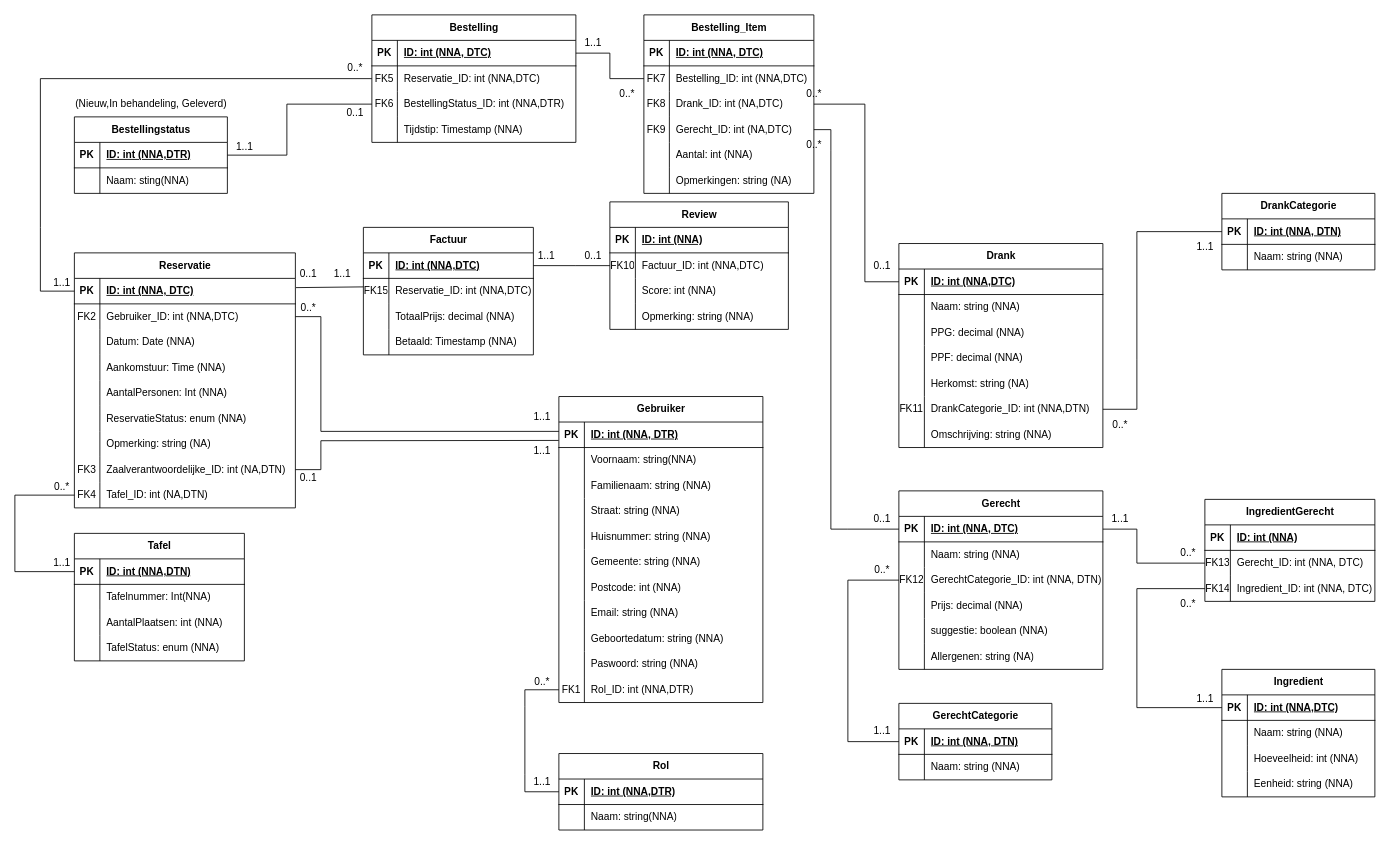
This is ERD.drawio from jensvp/uml, a draw.io file, before an edit. Source tidied: cells renumbered, new cells numbered last; positions are measured from the earlier drawing's top-left corner, leaving out a move shared by most shapes. Both pictures are drawn from the tidied source at 85%, with x=0, y=0 at pixel (14, 14).
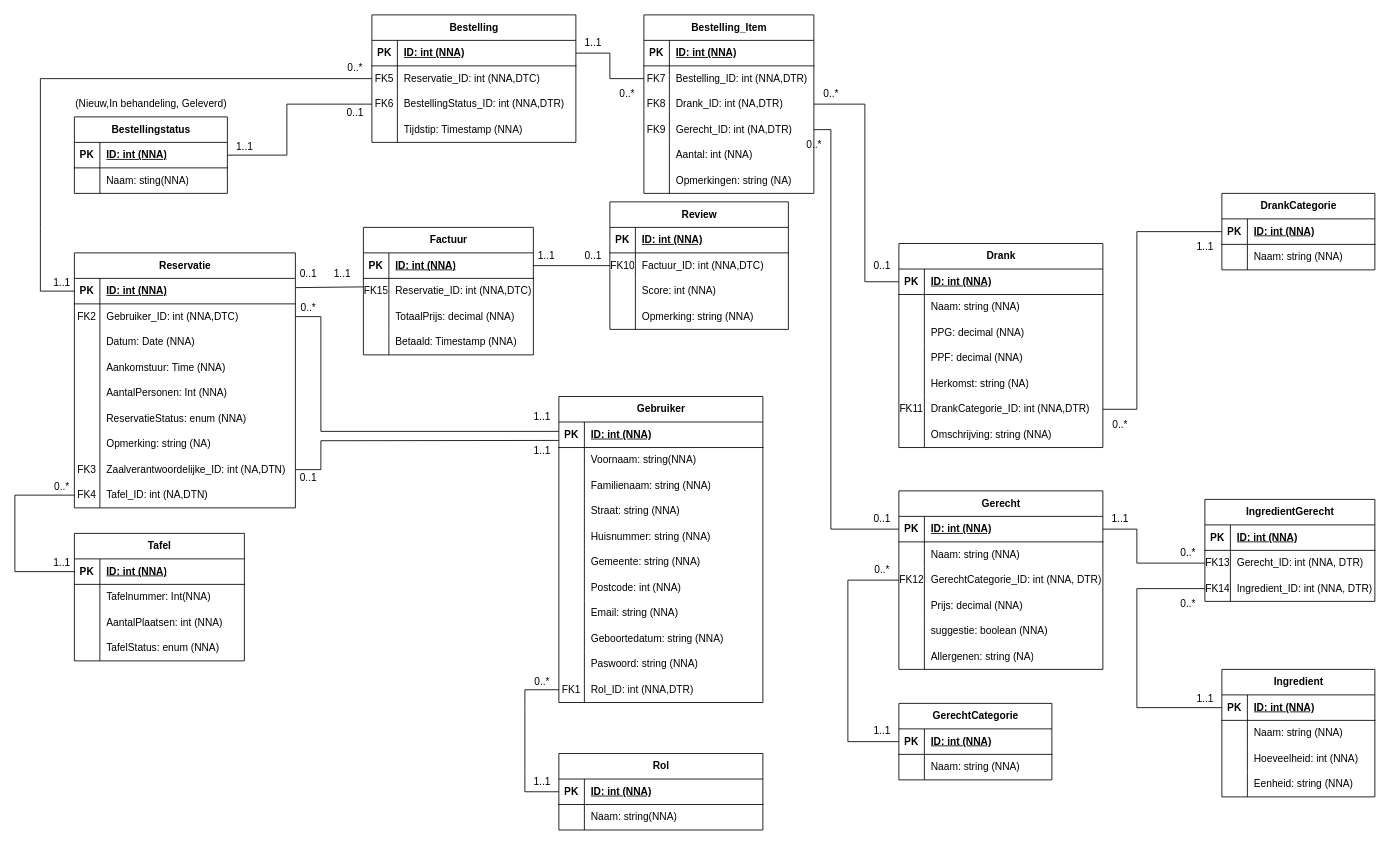
After the change.

Commit message (it also covers changes not shown here):
aanpassing erd + in document ingegeven

The change refers to these unchanged cells:
```xml
<mxCell id="3" style="shape=tableRow;horizontal=0;startSize=0;swimlaneHead=0;swimlaneBody=0;fillColor=none;points=[[0,0.5],[1,0.5]];portConstraint=eastwest;top=0;left=0;right=0;bottom=1;" parent="2" vertex="1">
  <mxGeometry y="30" width="240" height="30" as="geometry" />
</mxCell>
<mxCell id="37" style="shape=tableRow;horizontal=0;startSize=0;swimlaneHead=0;swimlaneBody=0;fillColor=none;points=[[0,0.5],[1,0.5]];portConstraint=eastwest;top=0;left=0;right=0;bottom=1;" parent="36" vertex="1">
  <mxGeometry y="30" width="240" height="30" as="geometry" />
</mxCell>
<mxCell id="52" style="shape=tableRow;horizontal=0;startSize=0;swimlaneHead=0;swimlaneBody=0;fillColor=none;points=[[0,0.5],[1,0.5]];portConstraint=eastwest;top=0;left=0;right=0;bottom=0;" parent="36" vertex="1">
  <mxGeometry y="180" width="240" height="30" as="geometry" />
</mxCell>
<mxCell id="59" style="shape=tableRow;horizontal=0;startSize=0;swimlaneHead=0;swimlaneBody=0;fillColor=none;points=[[0,0.5],[1,0.5]];portConstraint=eastwest;top=0;left=0;right=0;bottom=1;" parent="58" vertex="1">
  <mxGeometry y="30" width="180" height="30" as="geometry" />
</mxCell>
<mxCell id="66" style="shape=tableRow;horizontal=0;startSize=0;swimlaneHead=0;swimlaneBody=0;fillColor=none;points=[[0,0.5],[1,0.5]];portConstraint=eastwest;top=0;left=0;right=0;bottom=1;" parent="65" vertex="1">
  <mxGeometry y="30" width="240" height="30" as="geometry" />
</mxCell>
<mxCell id="72" style="shape=tableRow;horizontal=0;startSize=0;swimlaneHead=0;swimlaneBody=0;fillColor=none;points=[[0,0.5],[1,0.5]];portConstraint=eastwest;top=0;left=0;right=0;bottom=0;" parent="65" vertex="1">
  <mxGeometry y="90" width="240" height="30" as="geometry" />
</mxCell>
<mxCell id="85" style="shape=tableRow;horizontal=0;startSize=0;swimlaneHead=0;swimlaneBody=0;fillColor=none;points=[[0,0.5],[1,0.5]];portConstraint=eastwest;top=0;left=0;right=0;bottom=1;" parent="84" vertex="1">
  <mxGeometry y="30" width="180" height="30" as="geometry" />
</mxCell>
<mxCell id="95" style="shape=tableRow;horizontal=0;startSize=0;swimlaneHead=0;swimlaneBody=0;fillColor=none;points=[[0,0.5],[1,0.5]];portConstraint=eastwest;top=0;left=0;right=0;bottom=0;" parent="91" vertex="1">
  <mxGeometry y="60" width="200" height="30" as="geometry" />
</mxCell>
<mxCell id="98" style="shape=tableRow;horizontal=0;startSize=0;swimlaneHead=0;swimlaneBody=0;fillColor=none;points=[[0,0.5],[1,0.5]];portConstraint=eastwest;top=0;left=0;right=0;bottom=0;" parent="91" vertex="1">
  <mxGeometry y="90" width="200" height="30" as="geometry" />
</mxCell>
<mxCell id="102" style="shape=tableRow;horizontal=0;startSize=0;swimlaneHead=0;swimlaneBody=0;fillColor=none;points=[[0,0.5],[1,0.5]];portConstraint=eastwest;top=0;left=0;right=0;bottom=1;" parent="101" vertex="1">
  <mxGeometry y="30" width="180" height="30" as="geometry" />
</mxCell>
<mxCell id="115" style="shape=tableRow;horizontal=0;startSize=0;swimlaneHead=0;swimlaneBody=0;fillColor=none;points=[[0,0.5],[1,0.5]];portConstraint=eastwest;top=0;left=0;right=0;bottom=1;" parent="114" vertex="1">
  <mxGeometry y="30" width="240" height="30" as="geometry" />
</mxCell>
<mxCell id="124" style="shape=tableRow;horizontal=0;startSize=0;swimlaneHead=0;swimlaneBody=0;fillColor=none;points=[[0,0.5],[1,0.5]];portConstraint=eastwest;top=0;left=0;right=0;bottom=1;" parent="123" vertex="1">
  <mxGeometry y="30" width="260" height="30" as="geometry" />
</mxCell>
<mxCell id="152" style="shape=tableRow;horizontal=0;startSize=0;swimlaneHead=0;swimlaneBody=0;fillColor=none;points=[[0,0.5],[1,0.5]];portConstraint=eastwest;top=0;left=0;right=0;bottom=1;" parent="151" vertex="1">
  <mxGeometry y="30" width="200" height="30" as="geometry" />
</mxCell>
<mxCell id="166" style="shape=tableRow;horizontal=0;startSize=0;swimlaneHead=0;swimlaneBody=0;fillColor=none;points=[[0,0.5],[1,0.5]];portConstraint=eastwest;top=0;left=0;right=0;bottom=1;" parent="165" vertex="1">
  <mxGeometry y="30" width="240" height="30" as="geometry" />
</mxCell>
<mxCell id="179" style="shape=tableRow;horizontal=0;startSize=0;swimlaneHead=0;swimlaneBody=0;fillColor=none;points=[[0,0.5],[1,0.5]];portConstraint=eastwest;top=0;left=0;right=0;bottom=1;" parent="178" vertex="1">
  <mxGeometry y="30" width="180" height="30" as="geometry" />
</mxCell>
<mxCell id="186" style="shape=tableRow;horizontal=0;startSize=0;swimlaneHead=0;swimlaneBody=0;fillColor=none;top=0;left=0;right=0;bottom=1;" parent="185" vertex="1">
  <mxGeometry y="30" width="200" height="30" as="geometry" />
</mxCell>
<mxCell id="189" style="shape=tableRow;horizontal=0;startSize=0;swimlaneHead=0;swimlaneBody=0;fillColor=none;points=[[0,0.5],[1,0.5]];portConstraint=eastwest;top=0;left=0;right=0;bottom=0;" parent="185" vertex="1">
  <mxGeometry y="60" width="200" height="30" as="geometry" />
</mxCell>
<mxCell id="192" style="shape=tableRow;horizontal=0;startSize=0;swimlaneHead=0;swimlaneBody=0;fillColor=none;points=[[0,0.5],[1,0.5]];portConstraint=eastwest;top=0;left=0;right=0;bottom=0;" parent="185" vertex="1">
  <mxGeometry y="90" width="200" height="30" as="geometry" />
</mxCell>
<mxCell id="195" style="shape=tableRow;horizontal=0;startSize=0;swimlaneHead=0;swimlaneBody=0;fillColor=none;points=[[0,0.5],[1,0.5]];portConstraint=eastwest;top=0;left=0;right=0;bottom=0;" parent="185" vertex="1">
  <mxGeometry y="120" width="200" height="30" as="geometry" />
</mxCell>
<mxCell id="208" style="shape=tableRow;horizontal=0;startSize=0;swimlaneHead=0;swimlaneBody=0;fillColor=none;points=[[0,0.5],[1,0.5]];portConstraint=eastwest;top=0;left=0;right=0;bottom=1;" parent="207" vertex="1">
  <mxGeometry y="30" width="200" height="30" as="geometry" />
</mxCell>
```

Change to the diagram source:
```diff
@@
-    <mxCell id="5" value="ID: int (NNA, DTR)" style="shape=partialRectangle;fillColor=none;top=0;left=0;bottom=0;right=0;align=left;spacingLeft=6;fontStyle=5;overflow=hidden;whiteSpace=wrap;html=1;" parent="3" vertex="1">
+    <mxCell id="5" value="ID: int (NNA)" style="shape=partialRectangle;fillColor=none;top=0;left=0;bottom=0;right=0;align=left;spacingLeft=6;fontStyle=5;overflow=hidden;whiteSpace=wrap;html=1;" parent="3" vertex="1">
       <mxGeometry x="30" width="210" height="30" as="geometry" />
     </mxCell>
@@
-    <mxCell id="39" value="ID: int (NNA,DTC)" style="shape=partialRectangle;fillColor=none;top=0;left=0;bottom=0;right=0;align=left;spacingLeft=6;fontStyle=5;overflow=hidden;whiteSpace=wrap;html=1;" parent="37" vertex="1">
+    <mxCell id="39" value="ID: int (NNA)" style="shape=partialRectangle;fillColor=none;top=0;left=0;bottom=0;right=0;align=left;spacingLeft=6;fontStyle=5;overflow=hidden;whiteSpace=wrap;html=1;" parent="37" vertex="1">
       <mxGeometry x="30" width="210" height="30" as="geometry" />
     </mxCell>
@@
-    <mxCell id="54" value="DrankCategorie_ID: int (NNA,DTN)" style="shape=partialRectangle;fillColor=none;top=0;left=0;bottom=0;right=0;align=left;spacingLeft=6;overflow=hidden;whiteSpace=wrap;html=1;" parent="52" vertex="1">
+    <mxCell id="54" value="DrankCategorie_ID: int (NNA,DTR)" style="shape=partialRectangle;fillColor=none;top=0;left=0;bottom=0;right=0;align=left;spacingLeft=6;overflow=hidden;whiteSpace=wrap;html=1;" parent="52" vertex="1">
       <mxGeometry x="30" width="210" height="30" as="geometry" />
     </mxCell>
@@
-    <mxCell id="61" value="ID: int (NNA, DTN)" style="shape=partialRectangle;fillColor=none;top=0;left=0;bottom=0;right=0;align=left;spacingLeft=6;fontStyle=5;overflow=hidden;whiteSpace=wrap;html=1;" parent="59" vertex="1">
+    <mxCell id="61" value="ID: int (NNA)" style="shape=partialRectangle;fillColor=none;top=0;left=0;bottom=0;right=0;align=left;spacingLeft=6;fontStyle=5;overflow=hidden;whiteSpace=wrap;html=1;" parent="59" vertex="1">
       <mxGeometry x="30" width="150" height="30" as="geometry" />
     </mxCell>
@@
-    <mxCell id="68" value="ID: int (NNA, DTC)" style="shape=partialRectangle;fillColor=none;top=0;left=0;bottom=0;right=0;align=left;spacingLeft=6;fontStyle=5;overflow=hidden;whiteSpace=wrap;html=1;" parent="66" vertex="1">
+    <mxCell id="68" value="ID: int (NNA)" style="shape=partialRectangle;fillColor=none;top=0;left=0;bottom=0;right=0;align=left;spacingLeft=6;fontStyle=5;overflow=hidden;whiteSpace=wrap;html=1;" parent="66" vertex="1">
       <mxGeometry x="30" width="210" height="30" as="geometry" />
     </mxCell>
@@
-    <mxCell id="74" value="GerechtCategorie_ID: int (NNA, DTN)" style="shape=partialRectangle;fillColor=none;top=0;left=0;bottom=0;right=0;align=left;spacingLeft=6;overflow=hidden;whiteSpace=wrap;html=1;" parent="72" vertex="1">
+    <mxCell id="74" value="GerechtCategorie_ID: int (NNA, DTR)" style="shape=partialRectangle;fillColor=none;top=0;left=0;bottom=0;right=0;align=left;spacingLeft=6;overflow=hidden;whiteSpace=wrap;html=1;" parent="72" vertex="1">
       <mxGeometry x="30" width="210" height="30" as="geometry" />
     </mxCell>
@@
-    <mxCell id="87" value="ID: int (NNA, DTN)" style="shape=partialRectangle;fillColor=none;top=0;left=0;bottom=0;right=0;align=left;spacingLeft=6;fontStyle=5;overflow=hidden;whiteSpace=wrap;html=1;" parent="85" vertex="1">
+    <mxCell id="87" value="ID: int (NNA)" style="shape=partialRectangle;fillColor=none;top=0;left=0;bottom=0;right=0;align=left;spacingLeft=6;fontStyle=5;overflow=hidden;whiteSpace=wrap;html=1;" parent="85" vertex="1">
       <mxGeometry x="30" width="150" height="30" as="geometry" />
     </mxCell>
@@
-    <mxCell id="97" value="Gerecht_ID: int (NNA, DTC)" style="shape=partialRectangle;fillColor=none;top=0;left=0;bottom=0;right=0;align=left;spacingLeft=6;overflow=hidden;whiteSpace=wrap;html=1;" parent="95" vertex="1">
+    <mxCell id="97" value="Gerecht_ID: int (NNA, DTR)" style="shape=partialRectangle;fillColor=none;top=0;left=0;bottom=0;right=0;align=left;spacingLeft=6;overflow=hidden;whiteSpace=wrap;html=1;" parent="95" vertex="1">
       <mxGeometry x="30" width="170" height="30" as="geometry" />
     </mxCell>
@@
-    <mxCell id="100" value="Ingredient_ID: int (NNA, DTC)" style="shape=partialRectangle;fillColor=none;top=0;left=0;bottom=0;right=0;align=left;spacingLeft=6;overflow=hidden;whiteSpace=wrap;html=1;" parent="98" vertex="1">
+    <mxCell id="100" value="Ingredient_ID: int (NNA, DTR)" style="shape=partialRectangle;fillColor=none;top=0;left=0;bottom=0;right=0;align=left;spacingLeft=6;overflow=hidden;whiteSpace=wrap;html=1;" parent="98" vertex="1">
       <mxGeometry x="30" width="170" height="30" as="geometry" />
     </mxCell>
@@
-    <mxCell id="104" value="ID: int (NNA,DTC)" style="shape=partialRectangle;fillColor=none;top=0;left=0;bottom=0;right=0;align=left;spacingLeft=6;fontStyle=5;overflow=hidden;whiteSpace=wrap;html=1;" parent="102" vertex="1">
+    <mxCell id="104" value="ID: int (NNA)" style="shape=partialRectangle;fillColor=none;top=0;left=0;bottom=0;right=0;align=left;spacingLeft=6;fontStyle=5;overflow=hidden;whiteSpace=wrap;html=1;" parent="102" vertex="1">
       <mxGeometry x="30" width="150" height="30" as="geometry" />
     </mxCell>
@@
-    <mxCell id="117" value="ID: int (NNA,DTR)" style="shape=partialRectangle;fillColor=none;top=0;left=0;bottom=0;right=0;align=left;spacingLeft=6;fontStyle=5;overflow=hidden;whiteSpace=wrap;html=1;" parent="115" vertex="1">
+    <mxCell id="117" value="ID: int (NNA)" style="shape=partialRectangle;fillColor=none;top=0;left=0;bottom=0;right=0;align=left;spacingLeft=6;fontStyle=5;overflow=hidden;whiteSpace=wrap;html=1;" parent="115" vertex="1">
       <mxGeometry x="30" width="210" height="30" as="geometry" />
     </mxCell>
@@
-    <mxCell id="126" value="ID: int (NNA, DTC)" style="shape=partialRectangle;fillColor=none;top=0;left=0;bottom=0;right=0;align=left;spacingLeft=6;fontStyle=5;overflow=hidden;whiteSpace=wrap;html=1;" parent="124" vertex="1">
+    <mxCell id="126" value="ID: int (NNA)" style="shape=partialRectangle;fillColor=none;top=0;left=0;bottom=0;right=0;align=left;spacingLeft=6;fontStyle=5;overflow=hidden;whiteSpace=wrap;html=1;" parent="124" vertex="1">
       <mxGeometry x="30" width="230" height="30" as="geometry" />
     </mxCell>
@@
-    <mxCell id="154" value="ID: int (NNA,DTN)" style="shape=partialRectangle;fillColor=none;top=0;left=0;bottom=0;right=0;align=left;spacingLeft=6;fontStyle=5;overflow=hidden;whiteSpace=wrap;html=1;" parent="152" vertex="1">
+    <mxCell id="154" value="ID: int (NNA)" style="shape=partialRectangle;fillColor=none;top=0;left=0;bottom=0;right=0;align=left;spacingLeft=6;fontStyle=5;overflow=hidden;whiteSpace=wrap;html=1;" parent="152" vertex="1">
       <mxGeometry x="30" width="170" height="30" as="geometry" />
     </mxCell>
@@
-    <mxCell id="168" value="ID: int (NNA, DTC)" style="shape=partialRectangle;fillColor=none;top=0;left=0;bottom=0;right=0;align=left;spacingLeft=6;fontStyle=5;overflow=hidden;whiteSpace=wrap;html=1;" parent="166" vertex="1">
+    <mxCell id="168" value="ID: int (NNA)" style="shape=partialRectangle;fillColor=none;top=0;left=0;bottom=0;right=0;align=left;spacingLeft=6;fontStyle=5;overflow=hidden;whiteSpace=wrap;html=1;" parent="166" vertex="1">
       <mxGeometry x="30" width="210" height="30" as="geometry" />
     </mxCell>
@@
-    <mxCell id="181" value="ID: int (NNA,DTR)" style="shape=partialRectangle;fillColor=none;top=0;left=0;bottom=0;right=0;align=left;spacingLeft=6;fontStyle=5;overflow=hidden;whiteSpace=wrap;html=1;" parent="179" vertex="1">
+    <mxCell id="181" value="ID: int (NNA)" style="shape=partialRectangle;fillColor=none;top=0;left=0;bottom=0;right=0;align=left;spacingLeft=6;fontStyle=5;overflow=hidden;whiteSpace=wrap;html=1;" parent="179" vertex="1">
       <mxGeometry x="30" width="150" height="30" as="geometry" />
     </mxCell>
@@
-    <mxCell id="188" value="ID: int (NNA, DTC)" style="shape=partialRectangle;fillColor=none;top=0;left=0;bottom=0;right=0;align=left;spacingLeft=6;fontStyle=5;overflow=hidden;whiteSpace=wrap;html=1;" parent="186" vertex="1">
+    <mxCell id="188" value="ID: int (NNA)" style="shape=partialRectangle;fillColor=none;top=0;left=0;bottom=0;right=0;align=left;spacingLeft=6;fontStyle=5;overflow=hidden;whiteSpace=wrap;html=1;" parent="186" vertex="1">
       <mxGeometry x="30" width="170" height="30" as="geometry" />
     </mxCell>
@@
-    <mxCell id="191" value="Bestelling_ID: int (NNA,DTC)" style="shape=partialRectangle;fillColor=none;top=0;left=0;bottom=0;right=0;align=left;spacingLeft=6;overflow=hidden;whiteSpace=wrap;html=1;" parent="189" vertex="1">
+    <mxCell id="191" value="Bestelling_ID: int (NNA,DTR)" style="shape=partialRectangle;fillColor=none;top=0;left=0;bottom=0;right=0;align=left;spacingLeft=6;overflow=hidden;whiteSpace=wrap;html=1;" parent="189" vertex="1">
       <mxGeometry x="30" width="170" height="30" as="geometry" />
     </mxCell>
@@
-    <mxCell id="194" value="Drank_ID: int (NA,DTC)" style="shape=partialRectangle;fillColor=none;top=0;left=0;bottom=0;right=0;align=left;spacingLeft=6;overflow=hidden;whiteSpace=wrap;html=1;" parent="192" vertex="1">
+    <mxCell id="194" value="Drank_ID: int (NA,DTR)" style="shape=partialRectangle;fillColor=none;top=0;left=0;bottom=0;right=0;align=left;spacingLeft=6;overflow=hidden;whiteSpace=wrap;html=1;" parent="192" vertex="1">
       <mxGeometry x="30" width="170" height="30" as="geometry" />
     </mxCell>
@@
-    <mxCell id="197" value="Gerecht_ID: int (NA,DTC)" style="shape=partialRectangle;fillColor=none;top=0;left=0;bottom=0;right=0;align=left;spacingLeft=6;overflow=hidden;whiteSpace=wrap;html=1;" parent="195" vertex="1">
+    <mxCell id="197" value="Gerecht_ID: int (NA,DTR)" style="shape=partialRectangle;fillColor=none;top=0;left=0;bottom=0;right=0;align=left;spacingLeft=6;overflow=hidden;whiteSpace=wrap;html=1;" parent="195" vertex="1">
       <mxGeometry x="30" width="170" height="30" as="geometry" />
     </mxCell>
@@
-    <mxCell id="210" value="ID: int (NNA,DTC)" style="shape=partialRectangle;fillColor=none;top=0;left=0;bottom=0;right=0;align=left;spacingLeft=6;fontStyle=5;overflow=hidden;whiteSpace=wrap;html=1;" parent="208" vertex="1">
+    <mxCell id="210" value="ID: int (NNA)" style="shape=partialRectangle;fillColor=none;top=0;left=0;bottom=0;right=0;align=left;spacingLeft=6;fontStyle=5;overflow=hidden;whiteSpace=wrap;html=1;" parent="208" vertex="1">
       <mxGeometry x="30" width="170" height="30" as="geometry" />
     </mxCell>
@@
     <mxCell id="261" value="0..*" style="text;html=1;align=center;verticalAlign=middle;strokeColor=none;fillColor=none;" parent="1" vertex="1">
-      <mxGeometry x="920" y="78" width="40" height="30" as="geometry" />
+      <mxGeometry x="940" y="78" width="40" height="30" as="geometry" />
     </mxCell>
```
